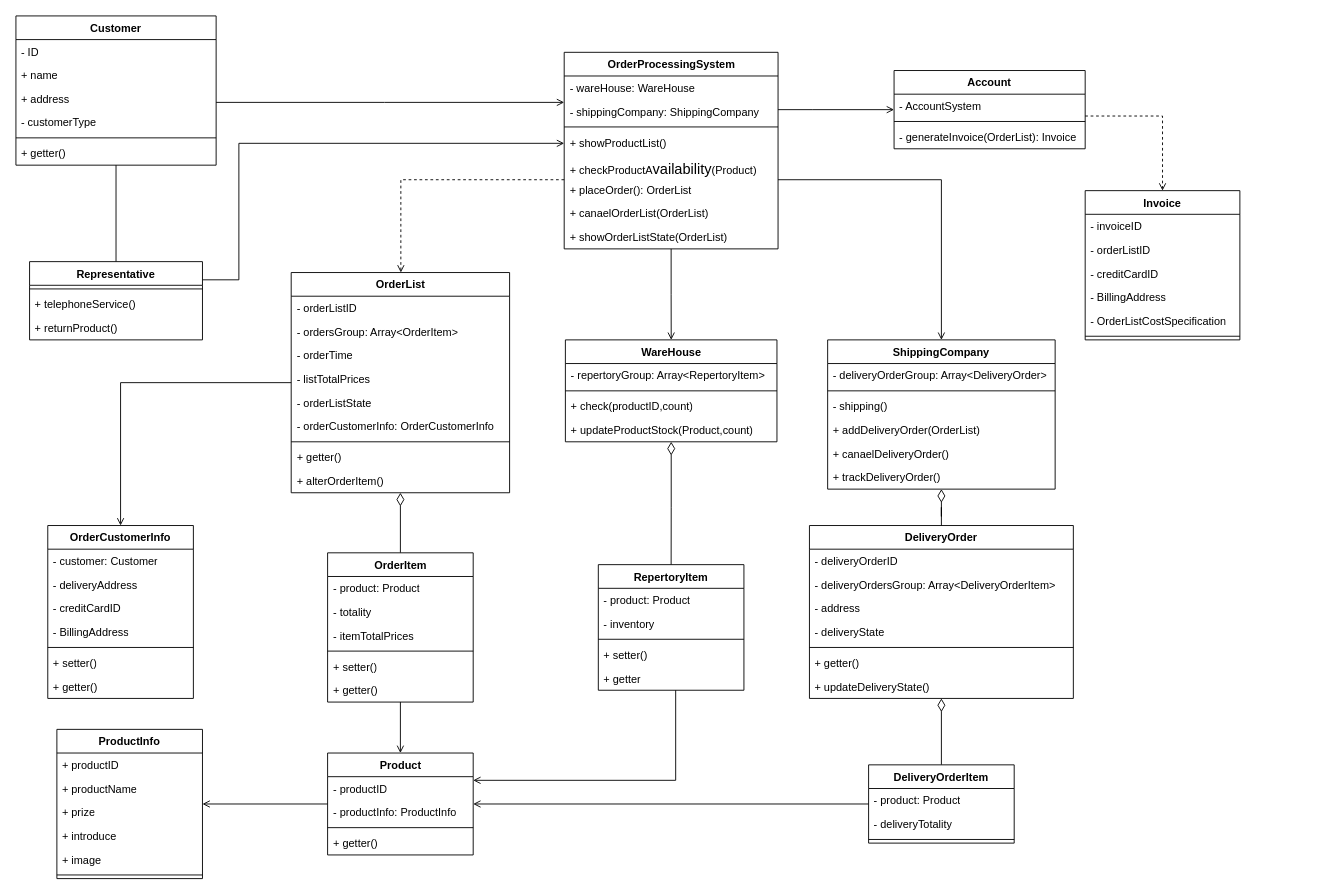
Before: orders_Class_improved_again.drawio in yayaer123/drawio_demo, a draw.io diagram. Source tidied: cells renumbered, new cells numbered last; positions are measured from the earlier drawing's top-left corner, leaving out a move shared by most shapes. Both pictures are drawn from the tidied source at 91%, with x=0, y=0 at pixel (15, 15).
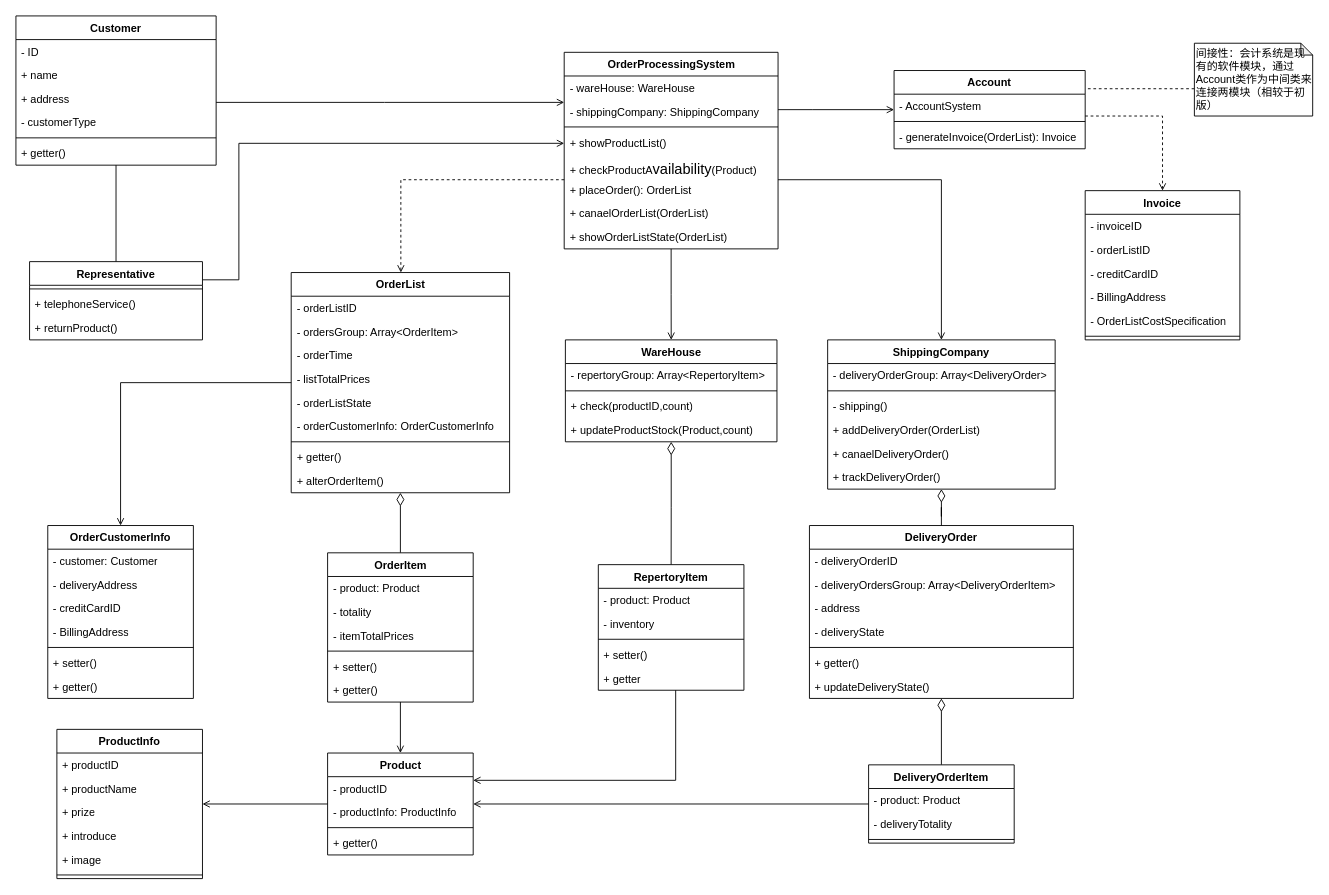
The same diagram, later.

The change refers to these unchanged cells:
```xml
<mxCell id="113" value="Account" style="swimlane;fontStyle=1;align=center;verticalAlign=top;horizontal=1;startSize=26;whiteSpace=wrap;html=1;" parent="1" vertex="1">
  <mxGeometry x="965" y="60" width="210" height="86" as="geometry" />
</mxCell>
```

Diff of the diagram source:
```diff
@@
+    <mxCell id="117" style="edgeStyle=orthogonalEdgeStyle;rounded=0;jettySize=auto;html=1;dashed=1;endArrow=none;endFill=0;" parent="1" edge="1" source="118" target="113">
+      <mxGeometry relative="1" as="geometry">
+        <Array as="points">
+          <mxPoint x="1235" y="80" />
+          <mxPoint x="1235" y="80" />
+        </Array>
+      </mxGeometry>
+    </mxCell>
+    <mxCell id="118" value="间接性：会计系统是现有的软件模块，通过Account类作为中间类来连接两模块（相较于初版）" style="shape=note;whiteSpace=wrap;html=1;backgroundOutline=1;darkOpacity=0.05;size=13;align=left;" parent="1" vertex="1">
+      <mxGeometry x="1295" y="30" width="130" height="80" as="geometry" />
+    </mxCell>
```
